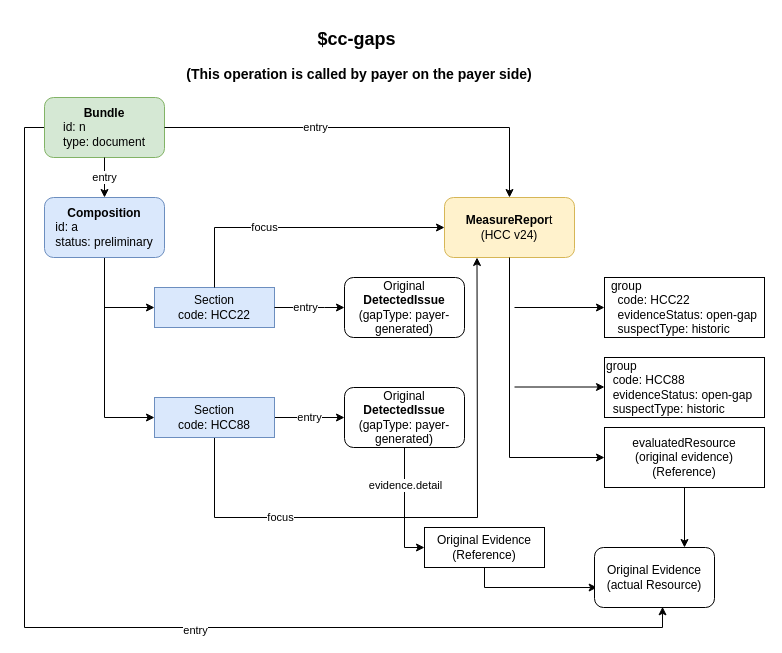
Before: page "$cc-gaps" (8 of 14) of input/images/Source/Stages.drawio in HL7/davinci-ra, a draw.io diagram. Source tidied: cells renumbered, new cells numbered last; positions are measured from the earlier drawing's top-left corner, leaving out a move shared by most shapes. Both pictures are drawn from the tidied source at 100%, with x=0, y=0 at pixel (44, 27).
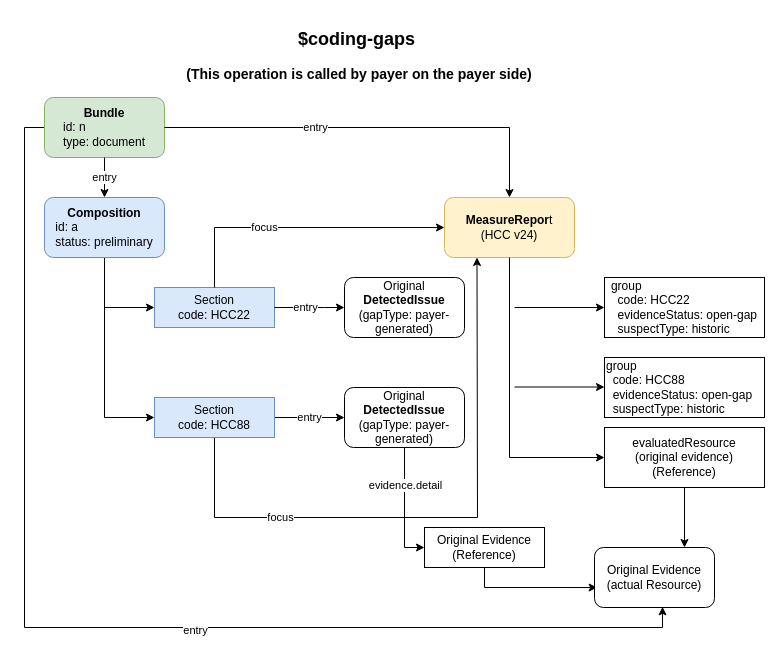
Above is the later version.

What changed in the source:
```diff
@@
-    <mxCell id="32" value="&lt;h1&gt;$cc-gaps&amp;nbsp;&lt;/h1&gt;&lt;h1&gt;&lt;font style=&quot;font-size: 14px;&quot;&gt;(This operation is called by payer on the payer side)&lt;/font&gt;&lt;/h1&gt;&lt;div&gt;&lt;br&gt;&lt;/div&gt;" style="text;html=1;strokeColor=none;fillColor=none;spacing=5;spacingTop=-20;whiteSpace=wrap;overflow=hidden;rounded=0;fontSize=9;align=center;" parent="1" vertex="1">
+    <mxCell id="32" value="&lt;h1&gt;$coding-gaps&amp;nbsp;&lt;/h1&gt;&lt;h1&gt;&lt;font style=&quot;font-size: 14px;&quot;&gt;(This operation is called by payer on the payer side)&lt;/font&gt;&lt;/h1&gt;&lt;div&gt;&lt;br&gt;&lt;/div&gt;" style="text;html=1;strokeColor=none;fillColor=none;spacing=5;spacingTop=-20;whiteSpace=wrap;overflow=hidden;rounded=0;fontSize=9;align=center;" parent="1" vertex="1">
       <mxGeometry x="20" width="590" height="60" as="geometry" />
     </mxCell>
```
